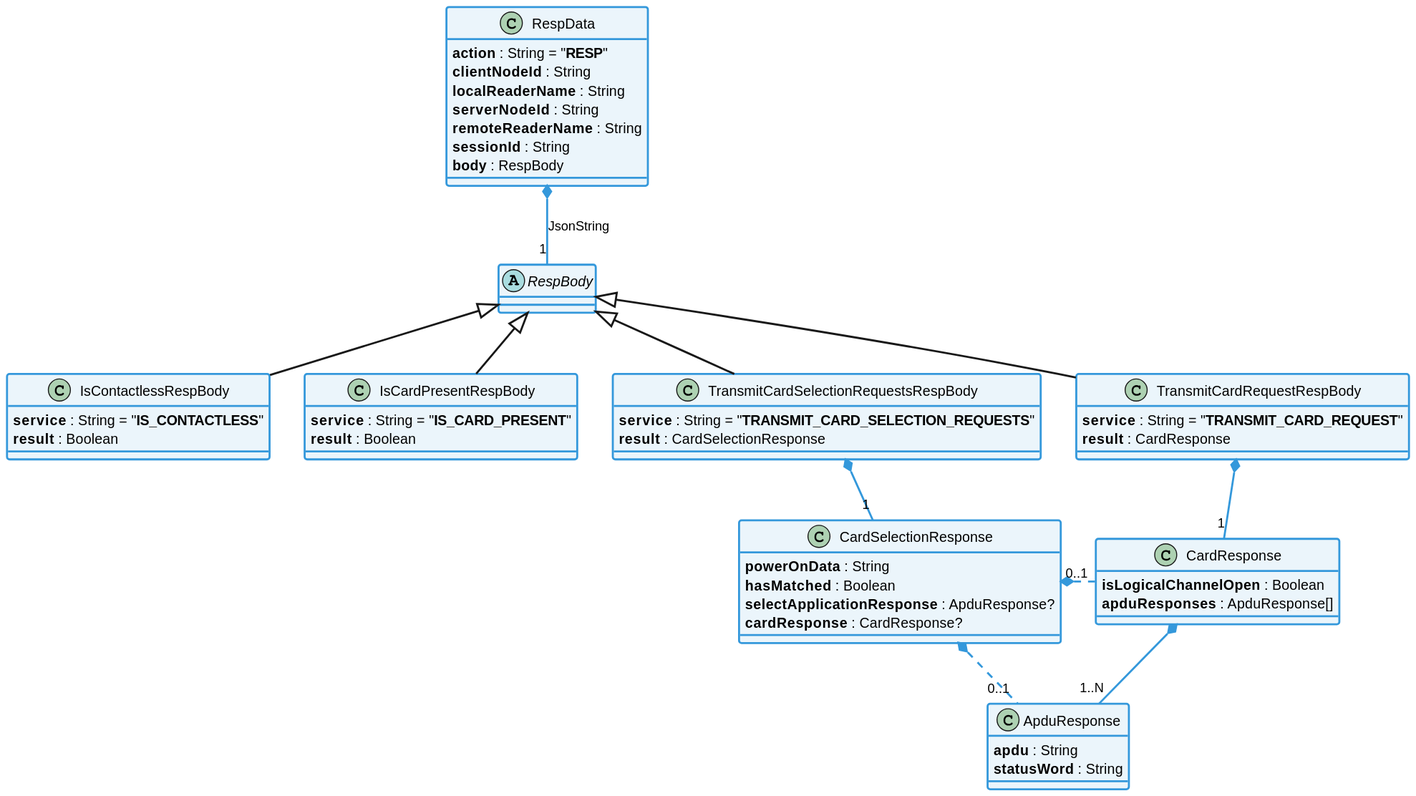
Before: static/media/learn/user-guide/distributed-json-api/distributedJsonApi_classDiagram_resp.svg, a diagram exported from PlantUML (eclipse-keyple/keyple-website).
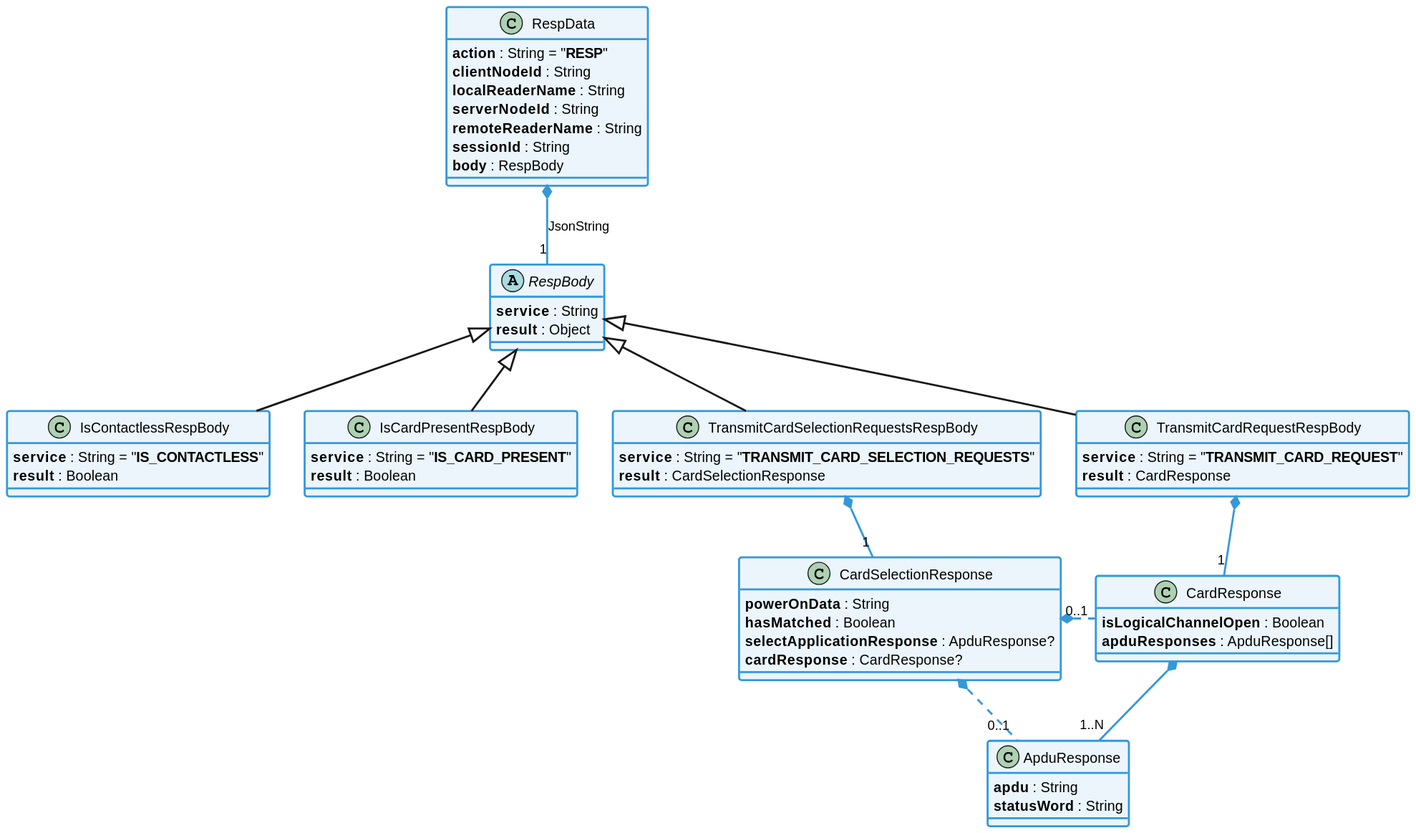
After the commit.

Diff of the diagram source:
```diff
@@ -47,6 +47,8 @@
     **body** : RespBody
 }
 abstract class RespBody {
+    **service** : String
+    **result** : Object
 }
 
 class IsContactlessRespBody extends RespBody {
```
